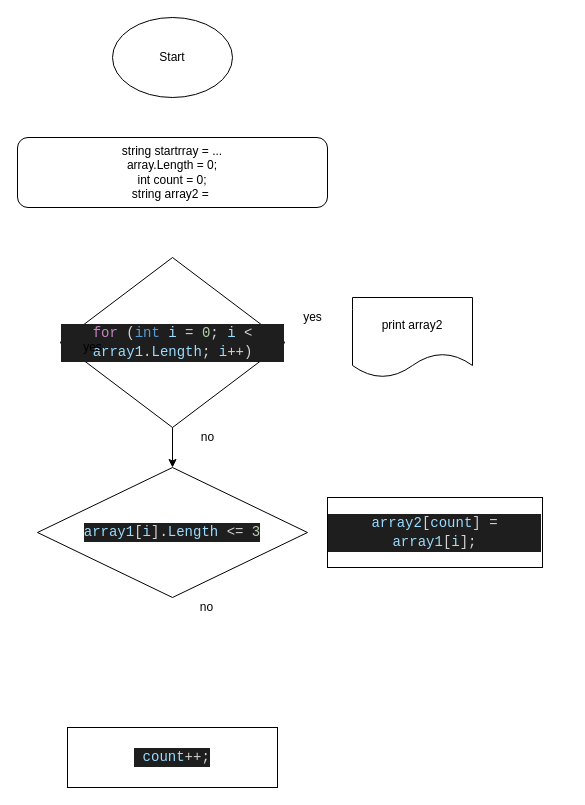
Earlier version of the draw.io diagram table.drawio (AlexYu1976/ControlWork). Source tidied: cells renumbered, new cells numbered last; positions are measured from the earlier drawing's top-left corner, leaving out a move shared by most shapes. Both pictures are drawn from the tidied source at 100%, with x=0, y=0 at pixel (17, 17).
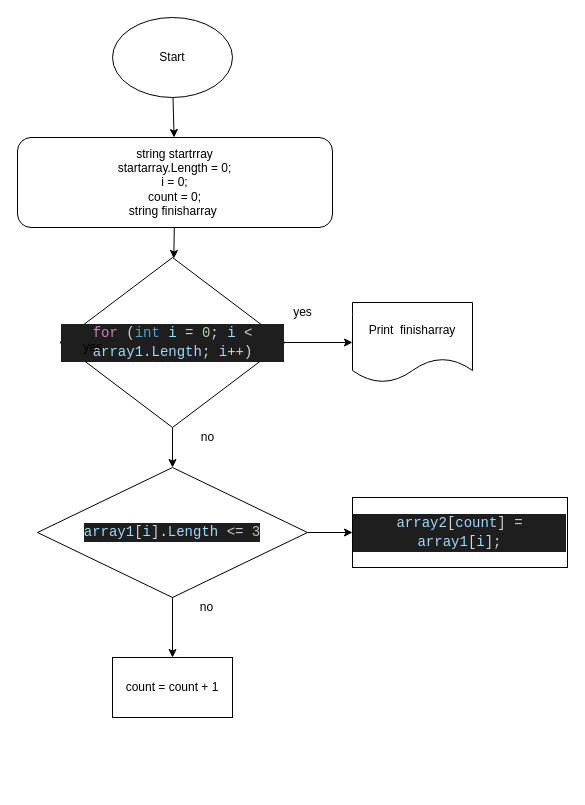
The same diagram, later.

Change to the diagram source:
```diff
@@
 <mxGraphModel>
   <root>
     <mxCell id="0" />
     <mxCell id="1" parent="0" />
+    <mxCell id="14" style="edgeStyle=none;html=1;" parent="1" edge="1" source="2" target="5">
+      <mxGeometry relative="1" as="geometry" />
+    </mxCell>
-    <mxCell id="2" value="string startrray = ...&lt;br&gt;array.Length = 0;&lt;br&gt;int count = 0;&lt;br&gt;string array2 =&amp;nbsp;" style="rounded=1;whiteSpace=wrap;html=1;" parent="1" vertex="1">
-      <mxGeometry y="120" width="310" height="70" as="geometry" />
+    <mxCell id="2" value="string startrray &lt;br&gt;startarray.Length = 0;&lt;br&gt;i = 0;&lt;br&gt;count = 0;&lt;br&gt;string finisharray&amp;nbsp;" style="rounded=1;whiteSpace=wrap;html=1;" parent="1" vertex="1">
+      <mxGeometry y="120" width="315" height="90" as="geometry" />
     </mxCell>
-    <mxCell id="3" value="&lt;div style=&quot;color: rgb(212 , 212 , 212) ; background-color: rgb(30 , 30 , 30) ; font-family: &amp;#34;consolas&amp;#34; , &amp;#34;courier new&amp;#34; , monospace ; font-size: 14px ; line-height: 19px ; white-space: pre&quot;&gt;&lt;div&gt; &lt;span style=&quot;color: rgb(156 , 220 , 254)&quot;&gt;count&lt;/span&gt;++;&lt;br&gt;&lt;/div&gt;&lt;/div&gt;" style="rounded=0;whiteSpace=wrap;html=1;" parent="1" vertex="1">
-      <mxGeometry x="50" y="710" width="210" height="60" as="geometry" />
-    </mxCell>
     <mxCell id="4" style="edgeStyle=orthogonalEdgeStyle;rounded=0;jettySize=auto;html=1;entryX=0.5;entryY=0;entryDx=0;entryDy=0;" parent="1" edge="1" source="5" target="6">
       <mxGeometry relative="1" as="geometry" />
     </mxCell>
+    <mxCell id="15" style="edgeStyle=none;html=1;" parent="1" edge="1" source="5" target="10">
+      <mxGeometry relative="1" as="geometry" />
+    </mxCell>
     <mxCell id="5" value="&lt;div style=&quot;color: rgb(212, 212, 212); background-color: rgb(30, 30, 30); font-family: Consolas, &amp;quot;Courier New&amp;quot;, monospace; font-weight: normal; font-size: 14px; line-height: 19px;&quot;&gt;&lt;div&gt;&lt;span style=&quot;color: #c586c0;&quot;&gt;for&lt;/span&gt;&lt;span style=&quot;color: #d4d4d4;&quot;&gt; (&lt;/span&gt;&lt;span style=&quot;color: #569cd6;&quot;&gt;int&lt;/span&gt;&lt;span style=&quot;color: #d4d4d4;&quot;&gt; &lt;/span&gt;&lt;span style=&quot;color: #9cdcfe;&quot;&gt;i&lt;/span&gt;&lt;span style=&quot;color: #d4d4d4;&quot;&gt; &lt;/span&gt;&lt;span style=&quot;color: #d4d4d4;&quot;&gt;=&lt;/span&gt;&lt;span style=&quot;color: #d4d4d4;&quot;&gt; &lt;/span&gt;&lt;span style=&quot;color: #b5cea8;&quot;&gt;0&lt;/span&gt;&lt;span style=&quot;color: #d4d4d4;&quot;&gt;; &lt;/span&gt;&lt;span style=&quot;color: #9cdcfe;&quot;&gt;i&lt;/span&gt;&lt;span style=&quot;color: #d4d4d4;&quot;&gt; &lt;/span&gt;&lt;span style=&quot;color: #d4d4d4;&quot;&gt;&amp;lt;&lt;/span&gt;&lt;span style=&quot;color: #d4d4d4;&quot;&gt; &lt;/span&gt;&lt;span style=&quot;color: #9cdcfe;&quot;&gt;array1&lt;/span&gt;&lt;span style=&quot;color: #d4d4d4;&quot;&gt;.&lt;/span&gt;&lt;span style=&quot;color: #9cdcfe;&quot;&gt;Length&lt;/span&gt;&lt;span style=&quot;color: #d4d4d4;&quot;&gt;; &lt;/span&gt;&lt;span style=&quot;color: #9cdcfe;&quot;&gt;i&lt;/span&gt;&lt;span style=&quot;color: #d4d4d4;&quot;&gt;++&lt;/span&gt;&lt;span style=&quot;color: #d4d4d4;&quot;&gt;)&lt;/span&gt;&lt;/div&gt;&lt;/div&gt;" style="rhombus;whiteSpace=wrap;html=1;" parent="1" vertex="1">
       <mxGeometry x="42.5" y="240" width="225" height="170" as="geometry" />
     </mxCell>
+    <mxCell id="16" style="edgeStyle=none;html=1;" parent="1" edge="1" source="6" target="8">
+      <mxGeometry relative="1" as="geometry" />
+    </mxCell>
+    <mxCell id="17" style="edgeStyle=none;html=1;entryX=0.5;entryY=0;entryDx=0;entryDy=0;" parent="1" edge="1" source="6" target="19">
+      <mxGeometry relative="1" as="geometry" />
+    </mxCell>
     <mxCell id="6" value="&lt;div style=&quot;color: rgb(212, 212, 212); background-color: rgb(30, 30, 30); font-family: Consolas, &amp;quot;Courier New&amp;quot;, monospace; font-weight: normal; font-size: 14px; line-height: 19px;&quot;&gt;&lt;div&gt;&lt;span style=&quot;color: #9cdcfe;&quot;&gt;array1&lt;/span&gt;&lt;span style=&quot;color: #d4d4d4;&quot;&gt;[&lt;/span&gt;&lt;span style=&quot;color: #9cdcfe;&quot;&gt;i&lt;/span&gt;&lt;span style=&quot;color: #d4d4d4;&quot;&gt;]&lt;/span&gt;&lt;span style=&quot;color: #d4d4d4;&quot;&gt;.&lt;/span&gt;&lt;span style=&quot;color: #9cdcfe;&quot;&gt;Length&lt;/span&gt;&lt;span style=&quot;color: #d4d4d4;&quot;&gt; &lt;/span&gt;&lt;span style=&quot;color: #d4d4d4;&quot;&gt;&amp;lt;=&lt;/span&gt;&lt;span style=&quot;color: #d4d4d4;&quot;&gt; &lt;/span&gt;&lt;span style=&quot;color: #b5cea8;&quot;&gt;3&lt;/span&gt;&lt;/div&gt;&lt;/div&gt;" style="rhombus;whiteSpace=wrap;html=1;" parent="1" vertex="1">
       <mxGeometry x="20" y="450" width="270" height="130" as="geometry" />
     </mxCell>
     <mxCell id="7" value="no" style="text;html=1;align=center;verticalAlign=middle;strokeColor=none;fillColor=none;" parent="1" vertex="1">
       <mxGeometry x="174" y="580" width="30" height="20" as="geometry" />
     </mxCell>
     <mxCell id="8" value="&lt;div style=&quot;color: rgb(212, 212, 212); background-color: rgb(30, 30, 30); font-family: Consolas, &amp;quot;Courier New&amp;quot;, monospace; font-weight: normal; font-size: 14px; line-height: 19px;&quot;&gt;&lt;div&gt;&lt;span style=&quot;color: #9cdcfe;&quot;&gt;array2&lt;/span&gt;&lt;span style=&quot;color: #d4d4d4;&quot;&gt;[&lt;/span&gt;&lt;span style=&quot;color: #9cdcfe;&quot;&gt;count&lt;/span&gt;&lt;span style=&quot;color: #d4d4d4;&quot;&gt;] &lt;/span&gt;&lt;span style=&quot;color: #d4d4d4;&quot;&gt;=&lt;/span&gt;&lt;span style=&quot;color: #d4d4d4;&quot;&gt; &lt;/span&gt;&lt;span style=&quot;color: #9cdcfe;&quot;&gt;array1&lt;/span&gt;&lt;span style=&quot;color: #d4d4d4;&quot;&gt;[&lt;/span&gt;&lt;span style=&quot;color: #9cdcfe;&quot;&gt;i&lt;/span&gt;&lt;span style=&quot;color: #d4d4d4;&quot;&gt;];&lt;/span&gt;&lt;/div&gt;&lt;/div&gt;" style="rounded=0;whiteSpace=wrap;html=1;" parent="1" vertex="1">
-      <mxGeometry x="310" y="480" width="215" height="70" as="geometry" />
+      <mxGeometry x="335" y="480" width="215" height="70" as="geometry" />
     </mxCell>
     <mxCell id="9" value="yes" style="text;html=1;align=center;verticalAlign=middle;strokeColor=none;fillColor=none;" parent="1" vertex="1">
       <mxGeometry x="60" y="320" width="30" height="20" as="geometry" />
     </mxCell>
-    <mxCell id="10" value="print array2" style="shape=document;whiteSpace=wrap;html=1;boundedLbl=1;" parent="1" vertex="1">
-      <mxGeometry x="335" y="280" width="120" height="80" as="geometry" />
+    <mxCell id="10" value="Print&amp;nbsp; finisharray" style="shape=document;whiteSpace=wrap;html=1;boundedLbl=1;" parent="1" vertex="1">
+      <mxGeometry x="335" y="285" width="120" height="80" as="geometry" />
     </mxCell>
     <mxCell id="11" value="no" style="text;html=1;align=center;verticalAlign=middle;strokeColor=none;fillColor=none;" parent="1" vertex="1">
       <mxGeometry x="175" y="410" width="30" height="20" as="geometry" />
     </mxCell>
     <mxCell id="12" value="yes" style="text;html=1;align=center;verticalAlign=middle;strokeColor=none;fillColor=none;" parent="1" vertex="1">
-      <mxGeometry x="280" y="290" width="30" height="20" as="geometry" />
+      <mxGeometry x="270" y="285" width="30" height="20" as="geometry" />
     </mxCell>
+    <mxCell id="18" style="edgeStyle=none;html=1;" parent="1" edge="1" source="13" target="2">
+      <mxGeometry relative="1" as="geometry" />
+    </mxCell>
     <mxCell id="13" value="Start" style="ellipse;whiteSpace=wrap;html=1;" parent="1" vertex="1">
       <mxGeometry x="95" width="120" height="80" as="geometry" />
     </mxCell>
+    <mxCell id="19" value="count = count + 1" style="rounded=0;whiteSpace=wrap;html=1;" parent="1" vertex="1">
+      <mxGeometry x="95" y="640" width="120" height="60" as="geometry" />
+    </mxCell>
   </root>
 </mxGraphModel>
```
